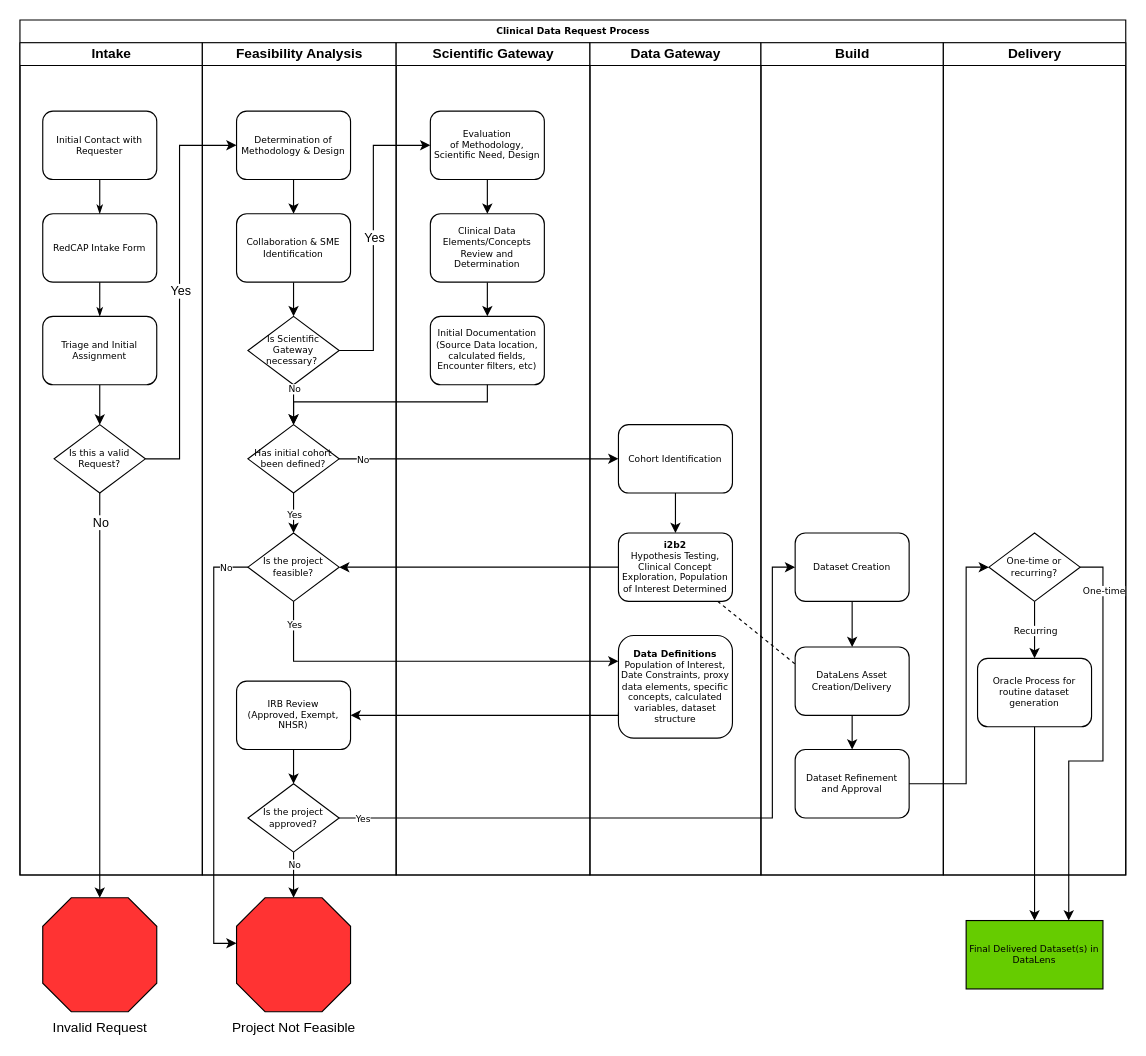
Earlier version of the draw.io diagram Clinical Data Request.drawio (ntimkovich/UAB-II-Diagrams). Source tidied: cells renumbered, new cells numbered last; positions are measured from the earlier drawing's top-left corner, leaving out a move shared by most shapes. Both pictures are drawn from the tidied source at 114%, with x=0, y=0 at pixel (19, 19).
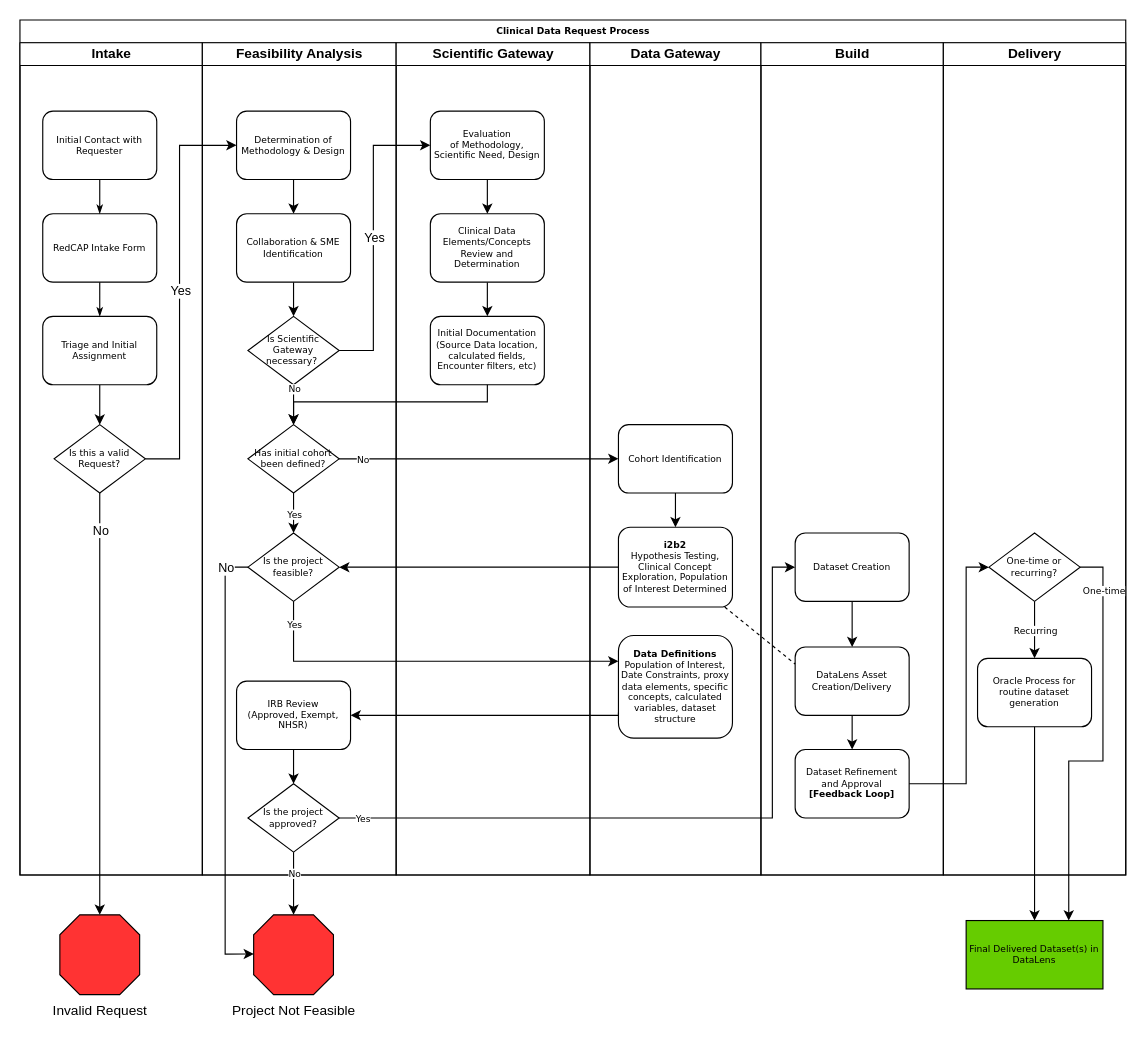
Above is the later version.

The change refers to these unchanged cells:
```xml
<mxCell id="20" value="Is the project feasible?" style="rhombus;whiteSpace=wrap;html=1;rounded=0;shadow=0;labelBackgroundColor=none;strokeWidth=1;fontFamily=Verdana;fontSize=8;align=center;" parent="11" vertex="1">
  <mxGeometry x="40" y="430" width="80" height="60" as="geometry" />
</mxCell>
<mxCell id="32" value="Data Gateway" style="swimlane;html=1;startSize=20;" parent="2" vertex="1">
  <mxGeometry x="500" y="20" width="150" height="730" as="geometry" />
</mxCell>
<mxCell id="37" value="Build" style="swimlane;html=1;startSize=20;" parent="2" vertex="1">
  <mxGeometry x="650" y="20" width="160" height="730" as="geometry" />
</mxCell>
```

What changed in the source:
```diff
@@
     <mxCell id="35" value="&lt;b&gt;i2b2 &lt;/b&gt;&lt;br&gt;Hypothesis Testing, Clinical Concept Exploration, Population of Interest Determined" style="rounded=1;whiteSpace=wrap;html=1;shadow=0;labelBackgroundColor=none;strokeWidth=1;fontFamily=Verdana;fontSize=8;align=center;" parent="32" vertex="1">
-      <mxGeometry x="25" y="430" width="100" height="60" as="geometry" />
+      <mxGeometry x="25" y="425" width="100" height="70" as="geometry" />
     </mxCell>
@@
-    <mxCell id="42" value="Dataset Refinement &lt;br&gt;and Approval" style="rounded=1;whiteSpace=wrap;html=1;shadow=0;labelBackgroundColor=none;strokeWidth=1;fontFamily=Verdana;fontSize=8;align=center;" parent="37" vertex="1">
+    <mxCell id="42" value="Dataset Refinement &lt;br&gt;and Approval&lt;br&gt;&lt;b&gt;[Feedback Loop]&lt;/b&gt;" style="rounded=1;whiteSpace=wrap;html=1;shadow=0;labelBackgroundColor=none;strokeWidth=1;fontFamily=Verdana;fontSize=8;align=center;" parent="37" vertex="1">
       <mxGeometry x="30" y="620" width="100" height="60" as="geometry" />
     </mxCell>
@@
     <mxCell id="63" value="Invalid Request" style="verticalLabelPosition=bottom;verticalAlign=top;html=1;shape=mxgraph.basic.polygon;polyCoords=[[0.25,0],[0.75,0],[1,0.25],[1,0.75],[0.75,1],[0.25,1],[0,0.75],[0,0.25]];polyline=0;fillColor=#FF3333;" parent="1" vertex="1">
-      <mxGeometry x="20" y="770" width="100" height="100" as="geometry" />
+      <mxGeometry x="35" y="785" width="70" height="70" as="geometry" />
     </mxCell>
@@
-    <mxCell id="66" style="endArrow=classic;html=1;rounded=0;fontFamily=Verdana;fontSize=8;exitX=0;exitY=0.5;exitDx=0;exitDy=0;entryX=0;entryY=0.4;entryDx=0;entryDy=0;entryPerimeter=0;edgeStyle=orthogonalEdgeStyle;" parent="1" edge="1" source="20" target="68">
-      <mxGeometry relative="1" as="geometry">
-        <Array as="points">
-          <mxPoint x="170" y="480" />
-          <mxPoint x="170" y="810" />
-        </Array>
-      </mxGeometry>
-    </mxCell>
-    <mxCell id="67" value="No" style="edgeLabel;html=1;align=center;verticalAlign=middle;fontFamily=Verdana;fontSize=8;" parent="66" vertex="1">
-      <mxGeometry relative="1" as="geometry">
-        <mxPoint x="10" y="-160" as="offset" />
-      </mxGeometry>
-    </mxCell>
     <mxCell id="68" value="Project Not Feasible" style="verticalLabelPosition=bottom;verticalAlign=top;html=1;shape=mxgraph.basic.polygon;polyCoords=[[0.25,0],[0.75,0],[1,0.25],[1,0.75],[0.75,1],[0.25,1],[0,0.75],[0,0.25]];polyline=0;fillColor=#FF3333;" parent="1" vertex="1">
-      <mxGeometry x="190" y="770" width="100" height="100" as="geometry" />
+      <mxGeometry x="205" y="785" width="70" height="70" as="geometry" />
     </mxCell>
@@
+    <mxCell id="66" style="endArrow=classic;html=1;rounded=0;exitX=0;exitY=0.5;exitDx=0;exitDy=0;entryX=0.003;entryY=0.491;entryDx=0;entryDy=0;entryPerimeter=0;edgeStyle=orthogonalEdgeStyle;" parent="1" edge="1" source="20" target="68">
+      <mxGeometry relative="1" as="geometry">
+        <Array as="points">
+          <mxPoint x="180" y="480" />
+          <mxPoint x="180" y="819" />
+        </Array>
+      </mxGeometry>
+    </mxCell>
+    <mxCell id="67" value="No" style="edgeLabel;html=1;align=center;verticalAlign=middle;" parent="66" vertex="1">
+      <mxGeometry relative="1" as="geometry">
+        <mxPoint y="-172" as="offset" />
+      </mxGeometry>
+    </mxCell>
```
